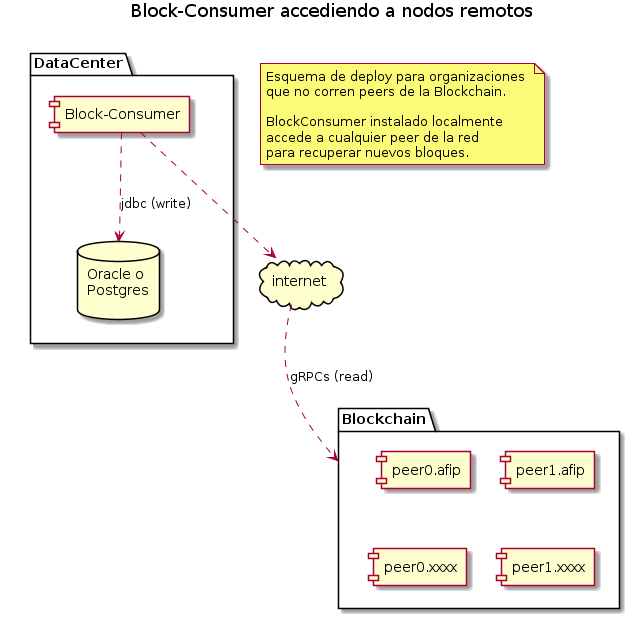
Before: applications/block-consumer/images/deploy-accediendo-a-nodos-remotos.png, a diagram exported from PlantUML (padfed/padfed-doc).
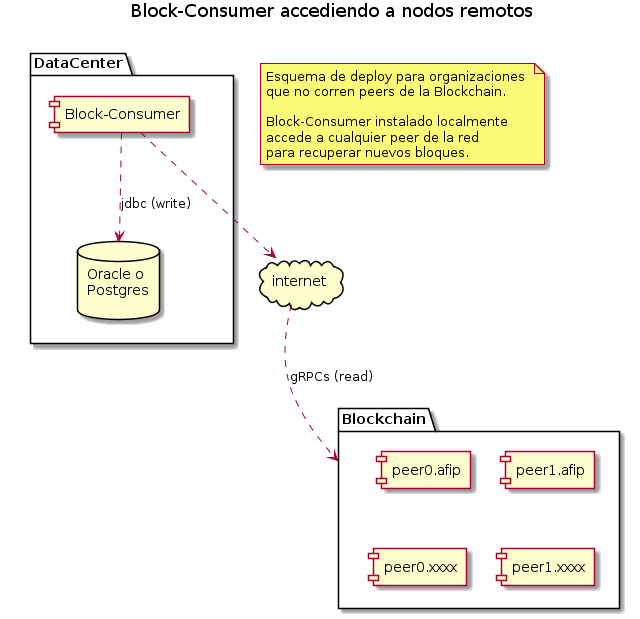
Later version of the same file.

The edit, as a diff of the source:
```diff
@@ -5,7 +5,7 @@
 Esquema de deploy para organizaciones
 que no corren peers de la Blockchain.
 
-BlockConsumer instalado localmente
+Block-Consumer instalado localmente
 accede a cualquier peer de la red
 para recuperar nuevos bloques.
 end note
```
